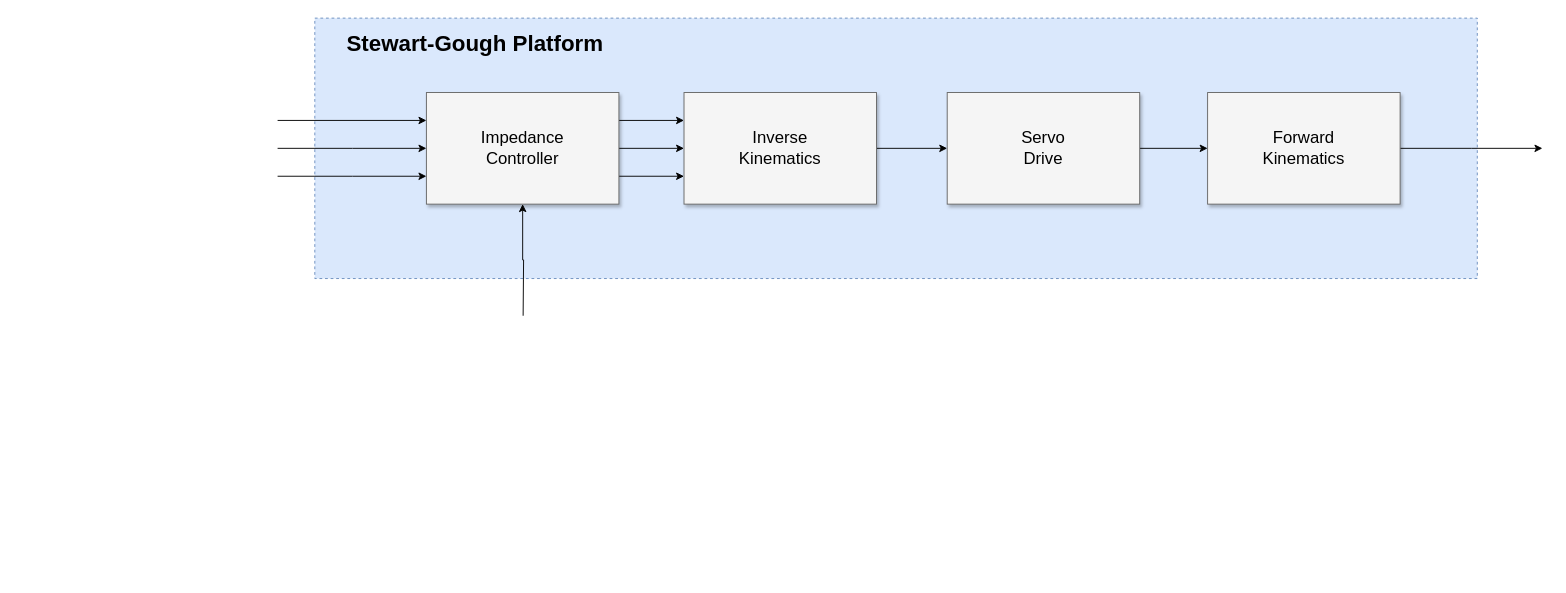
roscore/Impedance_Control_for_Stewart_Gough_Platform keeps this draw.io diagram as diagram/제목 없는 다이어그램.drawio. Above is the earlier version. Source tidied: cells renumbered, new cells numbered last; positions are measured from the earlier drawing's top-left corner, leaving out a move shared by most shapes. Both pictures are drawn from the tidied source at 93%, with x=0, y=0 at pixel (277, 18).
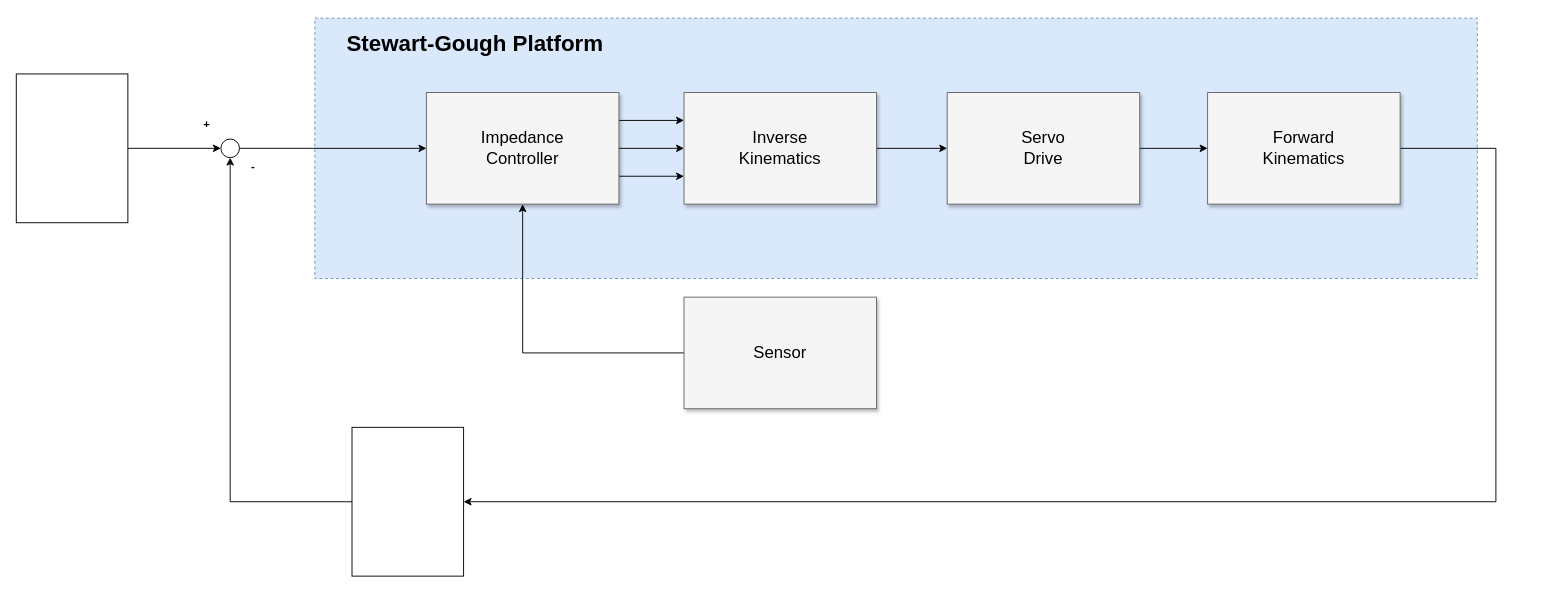
The same diagram, later.

Commit message:
제목 없는 다이어그램.drawio 업데이트

Unchanged cells that the change refers to:
```xml
<mxCell id="10" value="Impedance&lt;br&gt;Controller" style="whiteSpace=wrap;html=1;shadow=1;fontSize=18;fillColor=#f5f5f5;strokeColor=#666666;" parent="1" vertex="1">
  <mxGeometry x="160" y="80" width="207" height="120" as="geometry" />
</mxCell>
<mxCell id="17" value="Forward&lt;br&gt;Kinematics" style="whiteSpace=wrap;html=1;shadow=1;fontSize=18;fillColor=#f5f5f5;strokeColor=#666666;" parent="1" vertex="1">
  <mxGeometry x="1000" y="80" width="207" height="120" as="geometry" />
</mxCell>
```

Change to the diagram source:
```diff
@@
-    <mxCell id="4" style="edgeStyle=orthogonalEdgeStyle;rounded=0;jettySize=auto;html=1;exitX=0;exitY=0.75;exitDx=0;exitDy=0;startArrow=classic;startFill=1;endArrow=none;endFill=0;" parent="1" edge="1" source="10">
-      <mxGeometry relative="1" as="geometry">
-        <mxPoint y="170" as="targetPoint" />
-      </mxGeometry>
-    </mxCell>
-    <mxCell id="5" style="edgeStyle=orthogonalEdgeStyle;rounded=0;jettySize=auto;html=1;exitX=0;exitY=0.5;exitDx=0;exitDy=0;startArrow=classic;startFill=1;endArrow=none;endFill=0;" parent="1" edge="1" source="10">
-      <mxGeometry relative="1" as="geometry">
-        <mxPoint y="140" as="targetPoint" />
-      </mxGeometry>
-    </mxCell>
@@
-    <mxCell id="9" style="edgeStyle=orthogonalEdgeStyle;rounded=0;jettySize=auto;html=1;exitX=0.5;exitY=1;exitDx=0;exitDy=0;startArrow=classic;startFill=1;endArrow=none;endFill=0;" parent="1" edge="1" source="10">
-      <mxGeometry relative="1" as="geometry">
-        <mxPoint x="264" y="320" as="targetPoint" />
-      </mxGeometry>
-    </mxCell>
@@
-    <mxCell id="11" style="edgeStyle=orthogonalEdgeStyle;rounded=0;orthogonalLoop=1;jettySize=auto;html=1;exitX=0;exitY=0.75;exitDx=0;exitDy=0;startArrow=classic;startFill=1;endArrow=none;endFill=0;" parent="1" edge="1">
-      <mxGeometry relative="1" as="geometry">
-        <mxPoint x="160" y="110" as="sourcePoint" />
-        <mxPoint y="110" as="targetPoint" />
-      </mxGeometry>
-    </mxCell>
@@
-    <mxCell id="16" style="edgeStyle=orthogonalEdgeStyle;rounded=0;jettySize=auto;html=1;exitX=1;exitY=0.5;exitDx=0;exitDy=0;startArrow=none;startFill=0;endArrow=classic;endFill=1;" parent="1" edge="1" source="17">
-      <mxGeometry relative="1" as="geometry">
-        <mxPoint x="1360" y="140" as="targetPoint" />
-      </mxGeometry>
-    </mxCell>
+    <mxCell id="18" style="edgeStyle=orthogonalEdgeStyle;rounded=0;jettySize=auto;html=1;exitX=1;exitY=0.5;exitDx=0;exitDy=0;entryX=1;entryY=0.5;entryDx=0;entryDy=0;" parent="1" edge="1" source="17" target="26">
+      <mxGeometry relative="1" as="geometry">
+        <Array as="points">
+          <mxPoint x="1310" y="140" />
+          <mxPoint x="1310" y="520" />
+        </Array>
+      </mxGeometry>
+    </mxCell>
@@
+    <mxCell id="19" style="edgeStyle=orthogonalEdgeStyle;rounded=0;jettySize=auto;html=1;exitX=1;exitY=0.5;exitDx=0;exitDy=0;entryX=0;entryY=0.5;entryDx=0;entryDy=0;" parent="1" edge="1" source="20" target="22">
+      <mxGeometry relative="1" as="geometry" />
+    </mxCell>
+    <mxCell id="20" style="rounded=0;whiteSpace=wrap;html=1;" parent="1" vertex="1">
+      <mxGeometry x="-281" y="60" width="120" height="160" as="geometry" />
+    </mxCell>
+    <mxCell id="21" style="edgeStyle=orthogonalEdgeStyle;rounded=0;jettySize=auto;html=1;exitX=1;exitY=0.5;exitDx=0;exitDy=0;" parent="1" edge="1" source="22" target="10">
+      <mxGeometry relative="1" as="geometry" />
+    </mxCell>
+    <mxCell id="22" style="ellipse;whiteSpace=wrap;html=1;" parent="1" vertex="1">
+      <mxGeometry x="-61" y="130" width="20" height="20" as="geometry" />
+    </mxCell>
+    <mxCell id="23" value="&lt;b&gt;+&lt;/b&gt;" style="text;html=1;strokeColor=none;fillColor=none;align=center;verticalAlign=middle;whiteSpace=wrap;rounded=0;" parent="1" vertex="1">
+      <mxGeometry x="-91" y="100" width="30" height="30" as="geometry" />
+    </mxCell>
+    <mxCell id="24" value="&lt;b&gt;-&lt;/b&gt;" style="text;html=1;strokeColor=none;fillColor=none;align=center;verticalAlign=middle;whiteSpace=wrap;rounded=0;" parent="1" vertex="1">
+      <mxGeometry x="-41" y="145" width="30" height="30" as="geometry" />
+    </mxCell>
+    <mxCell id="25" style="edgeStyle=orthogonalEdgeStyle;rounded=0;jettySize=auto;html=1;exitX=0;exitY=0.5;exitDx=0;exitDy=0;entryX=0.5;entryY=1;entryDx=0;entryDy=0;" parent="1" edge="1" source="26" target="22">
+      <mxGeometry relative="1" as="geometry" />
+    </mxCell>
+    <mxCell id="26" style="rounded=0;whiteSpace=wrap;html=1;" parent="1" vertex="1">
+      <mxGeometry x="80" y="440" width="120" height="160" as="geometry" />
+    </mxCell>
+    <mxCell id="27" style="edgeStyle=orthogonalEdgeStyle;rounded=0;jettySize=auto;html=1;exitX=0;exitY=0.5;exitDx=0;exitDy=0;entryX=0.5;entryY=1;entryDx=0;entryDy=0;" parent="1" edge="1" source="28" target="10">
+      <mxGeometry relative="1" as="geometry" />
+    </mxCell>
+    <mxCell id="28" value="Sensor" style="whiteSpace=wrap;html=1;shadow=1;fontSize=18;fillColor=#f5f5f5;strokeColor=#666666;" parent="1" vertex="1">
+      <mxGeometry x="437" y="300" width="207" height="120" as="geometry" />
+    </mxCell>
```
